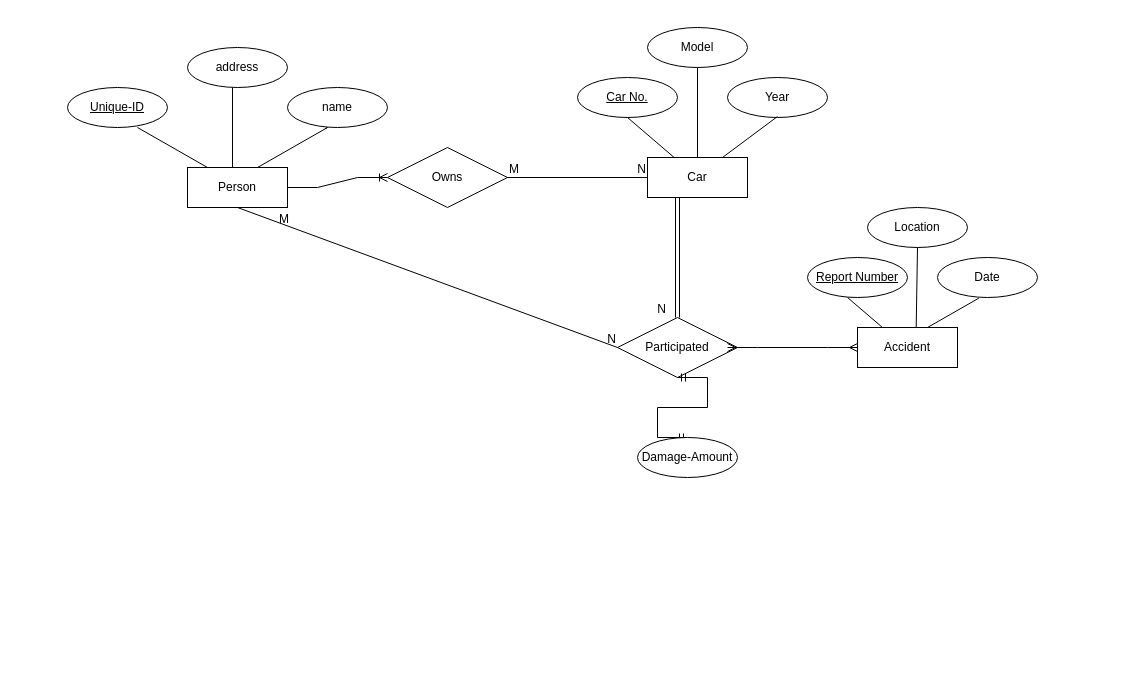
Before: Untitled Diagram.drawio in arastuthakur/arastuthakur, a draw.io diagram. Source tidied: cells renumbered, new cells numbered last; positions are measured from the earlier drawing's top-left corner, leaving out a move shared by most shapes. Both pictures are drawn from the tidied source at 100%, with x=0, y=0 at pixel (67, 27).
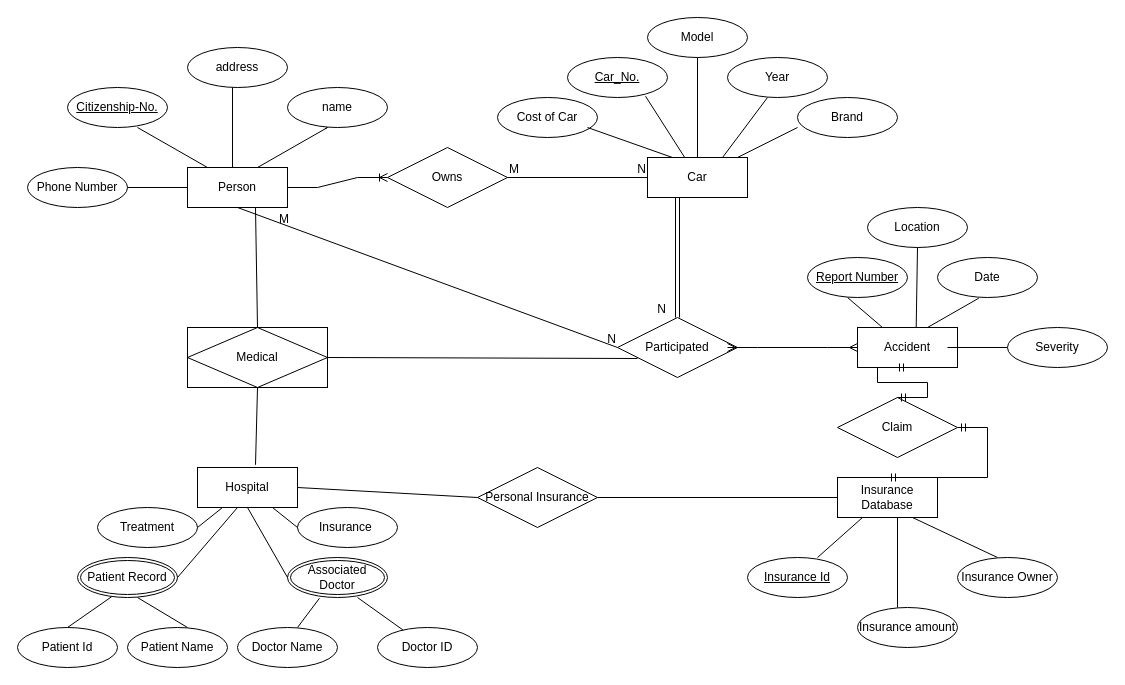
The same page after the edit.

Unchanged cells that the change refers to:
```xml
<mxCell id="5" value="Person" style="whiteSpace=wrap;html=1;align=center;" parent="1" vertex="1">
  <mxGeometry x="120" y="140" width="100" height="40" as="geometry" />
</mxCell>
<mxCell id="14" value="Car" style="whiteSpace=wrap;html=1;align=center;" parent="1" vertex="1">
  <mxGeometry x="580" y="130" width="100" height="40" as="geometry" />
</mxCell>
<mxCell id="21" value="Participated" style="shape=rhombus;perimeter=rhombusPerimeter;whiteSpace=wrap;html=1;align=center;" parent="1" vertex="1">
  <mxGeometry x="550" y="290" width="120" height="60" as="geometry" />
</mxCell>
<mxCell id="26" value="Accident" style="whiteSpace=wrap;html=1;align=center;" parent="1" vertex="1">
  <mxGeometry x="790" y="300" width="100" height="40" as="geometry" />
</mxCell>
```

Change to the diagram source:
```diff
@@
-    <mxCell id="2" value="Unique-ID" style="ellipse;whiteSpace=wrap;html=1;align=center;fontStyle=4;" parent="1" vertex="1">
+    <mxCell id="2" value="Citizenship-No." style="ellipse;whiteSpace=wrap;html=1;align=center;fontStyle=4;" parent="1" vertex="1">
       <mxGeometry y="60" width="100" height="40" as="geometry" />
     </mxCell>
@@
-    <mxCell id="15" value="Car No." style="ellipse;whiteSpace=wrap;html=1;align=center;fontStyle=4;" parent="1" vertex="1">
-      <mxGeometry x="510" y="50" width="100" height="40" as="geometry" />
+    <mxCell id="15" value="Car_No." style="ellipse;whiteSpace=wrap;html=1;align=center;fontStyle=4;" parent="1" vertex="1">
+      <mxGeometry x="500" y="30" width="100" height="40" as="geometry" />
     </mxCell>
     <mxCell id="16" value="Model" style="ellipse;whiteSpace=wrap;html=1;align=center;" parent="1" vertex="1">
-      <mxGeometry x="580" width="100" height="40" as="geometry" />
+      <mxGeometry x="580" y="-10" width="100" height="40" as="geometry" />
     </mxCell>
     <mxCell id="17" value="Year" style="ellipse;whiteSpace=wrap;html=1;align=center;" parent="1" vertex="1">
-      <mxGeometry x="660" y="50" width="100" height="40" as="geometry" />
+      <mxGeometry x="660" y="30" width="100" height="40" as="geometry" />
     </mxCell>
-    <mxCell id="18" style="endArrow=none;html=1;rounded=0;" parent="1" edge="1" target="14">
-      <mxGeometry relative="1" as="geometry">
-        <mxPoint x="560" y="90" as="sourcePoint" />
-      </mxGeometry>
+    <mxCell id="18" style="endArrow=none;html=1;rounded=0;exitX=0.78;exitY=0.967;exitDx=0;exitDy=0;exitPerimeter=0;" parent="1" edge="1" source="15" target="14">
+      <mxGeometry relative="1" as="geometry" />
     </mxCell>
-    <mxCell id="19" style="endArrow=none;html=1;rounded=0;entryX=0.5;entryY=0;entryDx=0;entryDy=0;" parent="1" edge="1" target="14">
-      <mxGeometry relative="1" as="geometry">
-        <mxPoint x="630" y="40" as="sourcePoint" />
-      </mxGeometry>
+    <mxCell id="19" style="endArrow=none;html=1;rounded=0;entryX=0.5;entryY=0;entryDx=0;entryDy=0;exitX=0.5;exitY=1;exitDx=0;exitDy=0;" parent="1" edge="1" source="16" target="14">
+      <mxGeometry relative="1" as="geometry" />
     </mxCell>
     <mxCell id="20" style="endArrow=none;html=1;rounded=0;entryX=0.75;entryY=0;entryDx=0;entryDy=0;" parent="1" edge="1" target="14">
       <mxGeometry relative="1" as="geometry">
-        <mxPoint x="710" y="89" as="sourcePoint" />
+        <mxPoint x="700" y="70" as="sourcePoint" />
       </mxGeometry>
     </mxCell>
@@
-    <mxCell id="30" style="edgeStyle=entityRelationEdgeStyle;fontSize=12;html=1;endArrow=ERmandOne;startArrow=ERmandOne;rounded=0;entryX=0.5;entryY=1;entryDx=0;entryDy=0;exitX=0.5;exitY=0;exitDx=0;exitDy=0;" parent="1" edge="1" source="31" target="21">
-      <mxGeometry relative="1" as="geometry" />
-    </mxCell>
-    <mxCell id="31" value="Damage-Amount" style="ellipse;whiteSpace=wrap;html=1;align=center;" parent="1" vertex="1">
-      <mxGeometry x="570" y="410" width="100" height="40" as="geometry" />
-    </mxCell>
@@
+    <mxCell id="37" value="Insurance Database" style="whiteSpace=wrap;html=1;align=center;" parent="1" vertex="1">
+      <mxGeometry x="770" y="450" width="100" height="40" as="geometry" />
+    </mxCell>
+    <mxCell id="38" value="Insurance Id" style="ellipse;whiteSpace=wrap;html=1;align=center;fontStyle=4;" parent="1" vertex="1">
+      <mxGeometry x="680" y="530" width="100" height="40" as="geometry" />
+    </mxCell>
+    <mxCell id="39" value="Insurance Owner" style="ellipse;whiteSpace=wrap;html=1;align=center;" parent="1" vertex="1">
+      <mxGeometry x="890" y="530" width="100" height="40" as="geometry" />
+    </mxCell>
+    <mxCell id="40" value="Insurance amount" style="ellipse;whiteSpace=wrap;html=1;align=center;" parent="1" vertex="1">
+      <mxGeometry x="790" y="580" width="100" height="40" as="geometry" />
+    </mxCell>
+    <mxCell id="41" style="endArrow=none;html=1;rounded=0;entryX=0.25;entryY=1;entryDx=0;entryDy=0;" parent="1" edge="1" target="37">
+      <mxGeometry relative="1" as="geometry">
+        <mxPoint x="750" y="530" as="sourcePoint" />
+      </mxGeometry>
+    </mxCell>
+    <mxCell id="42" style="endArrow=none;html=1;rounded=0;entryX=0.75;entryY=1;entryDx=0;entryDy=0;" parent="1" edge="1" target="37">
+      <mxGeometry relative="1" as="geometry">
+        <mxPoint x="930" y="530" as="sourcePoint" />
+      </mxGeometry>
+    </mxCell>
+    <mxCell id="43" style="endArrow=none;html=1;rounded=0;entryX=0.6;entryY=1;entryDx=0;entryDy=0;entryPerimeter=0;" parent="1" edge="1" target="37">
+      <mxGeometry relative="1" as="geometry">
+        <mxPoint x="830" y="580" as="sourcePoint" />
+      </mxGeometry>
+    </mxCell>
+    <mxCell id="44" value="Phone Number" style="ellipse;whiteSpace=wrap;html=1;align=center;" parent="1" vertex="1">
+      <mxGeometry x="-40" y="140" width="100" height="40" as="geometry" />
+    </mxCell>
+    <mxCell id="45" style="endArrow=none;html=1;rounded=0;entryX=0;entryY=0.5;entryDx=0;entryDy=0;" parent="1" edge="1" target="5">
+      <mxGeometry relative="1" as="geometry">
+        <mxPoint x="60" y="160" as="sourcePoint" />
+      </mxGeometry>
+    </mxCell>
+    <mxCell id="46" value="Brand" style="ellipse;whiteSpace=wrap;html=1;align=center;" parent="1" vertex="1">
+      <mxGeometry x="730" y="70" width="100" height="40" as="geometry" />
+    </mxCell>
+    <mxCell id="47" value="Cost of Car" style="ellipse;whiteSpace=wrap;html=1;align=center;" parent="1" vertex="1">
+      <mxGeometry x="430" y="70" width="100" height="40" as="geometry" />
+    </mxCell>
+    <mxCell id="48" style="endArrow=none;html=1;rounded=0;entryX=0.25;entryY=0;entryDx=0;entryDy=0;" parent="1" edge="1" target="14">
+      <mxGeometry relative="1" as="geometry">
+        <mxPoint x="520" y="100" as="sourcePoint" />
+      </mxGeometry>
+    </mxCell>
+    <mxCell id="49" style="endArrow=none;html=1;rounded=0;entryX=0;entryY=0.75;entryDx=0;entryDy=0;entryPerimeter=0;" parent="1" edge="1" target="46">
+      <mxGeometry relative="1" as="geometry">
+        <mxPoint x="670" y="130" as="sourcePoint" />
+      </mxGeometry>
+    </mxCell>
+    <mxCell id="50" style="endArrow=none;html=1;rounded=0;" parent="1" edge="1">
+      <mxGeometry relative="1" as="geometry">
+        <mxPoint x="880" y="320" as="sourcePoint" />
+        <mxPoint x="940" y="320" as="targetPoint" />
+      </mxGeometry>
+    </mxCell>
+    <mxCell id="51" value="Severity" style="ellipse;whiteSpace=wrap;html=1;align=center;" parent="1" vertex="1">
+      <mxGeometry x="940" y="300" width="100" height="40" as="geometry" />
+    </mxCell>
+    <mxCell id="52" value="Claim" style="shape=rhombus;perimeter=rhombusPerimeter;whiteSpace=wrap;html=1;align=center;" parent="1" vertex="1">
+      <mxGeometry x="770" y="370" width="120" height="60" as="geometry" />
+    </mxCell>
+    <mxCell id="53" style="edgeStyle=entityRelationEdgeStyle;fontSize=12;html=1;endArrow=ERmandOne;startArrow=ERmandOne;rounded=0;entryX=0.5;entryY=0;entryDx=0;entryDy=0;" parent="1" edge="1" source="52" target="37">
+      <mxGeometry relative="1" as="geometry" />
+    </mxCell>
+    <mxCell id="54" style="edgeStyle=entityRelationEdgeStyle;fontSize=12;html=1;endArrow=ERmandOne;startArrow=ERmandOne;rounded=0;entryX=0.5;entryY=1;entryDx=0;entryDy=0;exitX=0.5;exitY=0;exitDx=0;exitDy=0;" parent="1" edge="1" source="52" target="26">
+      <mxGeometry relative="1" as="geometry" />
+    </mxCell>
+    <mxCell id="55" value="Medical" style="shape=associativeEntity;whiteSpace=wrap;html=1;align=center;" parent="1" vertex="1">
+      <mxGeometry x="120" y="300" width="140" height="60" as="geometry" />
+    </mxCell>
+    <mxCell id="56" style="endArrow=none;html=1;rounded=0;entryX=0.167;entryY=0.689;entryDx=0;entryDy=0;entryPerimeter=0;" parent="1" edge="1" target="21">
+      <mxGeometry relative="1" as="geometry">
+        <mxPoint x="260" y="330" as="sourcePoint" />
+        <Array as="points">
+          <mxPoint x="570" y="331" />
+        </Array>
+      </mxGeometry>
+    </mxCell>
+    <mxCell id="57" style="endArrow=none;html=1;rounded=0;entryX=0.68;entryY=1;entryDx=0;entryDy=0;exitX=0.5;exitY=0;exitDx=0;exitDy=0;entryPerimeter=0;" parent="1" edge="1" source="55" target="5">
+      <mxGeometry relative="1" as="geometry" />
+    </mxCell>
+    <mxCell id="58" value="Hospital" style="whiteSpace=wrap;html=1;align=center;" parent="1" vertex="1">
+      <mxGeometry x="130" y="440" width="100" height="40" as="geometry" />
+    </mxCell>
+    <mxCell id="59" value="Associated Doctor" style="ellipse;shape=doubleEllipse;margin=3;whiteSpace=wrap;html=1;align=center;" parent="1" vertex="1">
+      <mxGeometry x="220" y="530" width="100" height="40" as="geometry" />
+    </mxCell>
+    <mxCell id="60" value="Doctor ID" style="ellipse;whiteSpace=wrap;html=1;align=center;" parent="1" vertex="1">
+      <mxGeometry x="310" y="600" width="100" height="40" as="geometry" />
+    </mxCell>
+    <mxCell id="61" value="Doctor Name" style="ellipse;whiteSpace=wrap;html=1;align=center;" parent="1" vertex="1">
+      <mxGeometry x="170" y="600" width="100" height="40" as="geometry" />
+    </mxCell>
+    <mxCell id="62" style="endArrow=none;html=1;rounded=0;entryX=0.32;entryY=1.017;entryDx=0;entryDy=0;entryPerimeter=0;" parent="1" edge="1" target="59">
+      <mxGeometry relative="1" as="geometry">
+        <mxPoint x="230" y="600" as="sourcePoint" />
+      </mxGeometry>
+    </mxCell>
+    <mxCell id="63" style="endArrow=none;html=1;rounded=0;" parent="1" edge="1" target="60">
+      <mxGeometry relative="1" as="geometry">
+        <mxPoint x="290" y="570" as="sourcePoint" />
+      </mxGeometry>
+    </mxCell>
+    <mxCell id="64" value="Treatment" style="ellipse;whiteSpace=wrap;html=1;align=center;" parent="1" vertex="1">
+      <mxGeometry x="30" y="480" width="100" height="40" as="geometry" />
+    </mxCell>
+    <mxCell id="65" value="Insurance&amp;nbsp;" style="ellipse;whiteSpace=wrap;html=1;align=center;" parent="1" vertex="1">
+      <mxGeometry x="230" y="480" width="100" height="40" as="geometry" />
+    </mxCell>
+    <mxCell id="66" value="Patient Record" style="ellipse;shape=doubleEllipse;margin=3;whiteSpace=wrap;html=1;align=center;" parent="1" vertex="1">
+      <mxGeometry x="10" y="530" width="100" height="40" as="geometry" />
+    </mxCell>
+    <mxCell id="67" value="Patient Id" style="ellipse;whiteSpace=wrap;html=1;align=center;" parent="1" vertex="1">
+      <mxGeometry x="-50" y="600" width="100" height="40" as="geometry" />
+    </mxCell>
+    <mxCell id="68" value="Patient Name" style="ellipse;whiteSpace=wrap;html=1;align=center;" parent="1" vertex="1">
+      <mxGeometry x="60" y="600" width="100" height="40" as="geometry" />
+    </mxCell>
+    <mxCell id="69" style="endArrow=none;html=1;rounded=0;entryX=0.34;entryY=0.983;entryDx=0;entryDy=0;entryPerimeter=0;" parent="1" edge="1" target="66">
+      <mxGeometry relative="1" as="geometry">
+        <mxPoint y="600" as="sourcePoint" />
+      </mxGeometry>
+    </mxCell>
+    <mxCell id="70" style="endArrow=none;html=1;rounded=0;" parent="1" edge="1">
+      <mxGeometry relative="1" as="geometry">
+        <mxPoint x="70" y="570" as="sourcePoint" />
+        <mxPoint x="120" y="600" as="targetPoint" />
+      </mxGeometry>
+    </mxCell>
+    <mxCell id="71" style="endArrow=none;html=1;rounded=0;entryX=0.25;entryY=1;entryDx=0;entryDy=0;exitX=1;exitY=0.5;exitDx=0;exitDy=0;" parent="1" edge="1" source="64" target="58">
+      <mxGeometry relative="1" as="geometry" />
+    </mxCell>
+    <mxCell id="72" style="endArrow=none;html=1;rounded=0;entryX=0.4;entryY=1;entryDx=0;entryDy=0;entryPerimeter=0;" parent="1" edge="1" target="58">
+      <mxGeometry relative="1" as="geometry">
+        <mxPoint x="110" y="550" as="sourcePoint" />
+      </mxGeometry>
+    </mxCell>
+    <mxCell id="73" style="endArrow=none;html=1;rounded=0;exitX=0.5;exitY=1;exitDx=0;exitDy=0;" parent="1" edge="1" source="58">
+      <mxGeometry relative="1" as="geometry">
+        <mxPoint x="220" y="550" as="targetPoint" />
+      </mxGeometry>
+    </mxCell>
+    <mxCell id="74" style="endArrow=none;html=1;rounded=0;entryX=0.75;entryY=1;entryDx=0;entryDy=0;" parent="1" edge="1" target="58">
+      <mxGeometry relative="1" as="geometry">
+        <mxPoint x="230" y="500" as="sourcePoint" />
+      </mxGeometry>
+    </mxCell>
+    <mxCell id="75" style="endArrow=none;html=1;rounded=0;entryX=0.5;entryY=1;entryDx=0;entryDy=0;exitX=0.58;exitY=-0.067;exitDx=0;exitDy=0;exitPerimeter=0;" parent="1" edge="1" source="58" target="55">
+      <mxGeometry relative="1" as="geometry" />
+    </mxCell>
+    <mxCell id="76" value="Personal Insurance" style="shape=rhombus;perimeter=rhombusPerimeter;whiteSpace=wrap;html=1;align=center;" parent="1" vertex="1">
+      <mxGeometry x="410" y="440" width="120" height="60" as="geometry" />
+    </mxCell>
+    <mxCell id="77" style="endArrow=none;html=1;rounded=0;entryX=0;entryY=0.5;entryDx=0;entryDy=0;" parent="1" edge="1" target="76">
+      <mxGeometry relative="1" as="geometry">
+        <mxPoint x="230" y="460" as="sourcePoint" />
+      </mxGeometry>
+    </mxCell>
+    <mxCell id="78" style="endArrow=none;html=1;rounded=0;entryX=0;entryY=0.5;entryDx=0;entryDy=0;" parent="1" edge="1" target="37">
+      <mxGeometry relative="1" as="geometry">
+        <mxPoint x="530" y="470" as="sourcePoint" />
+      </mxGeometry>
+    </mxCell>
```
